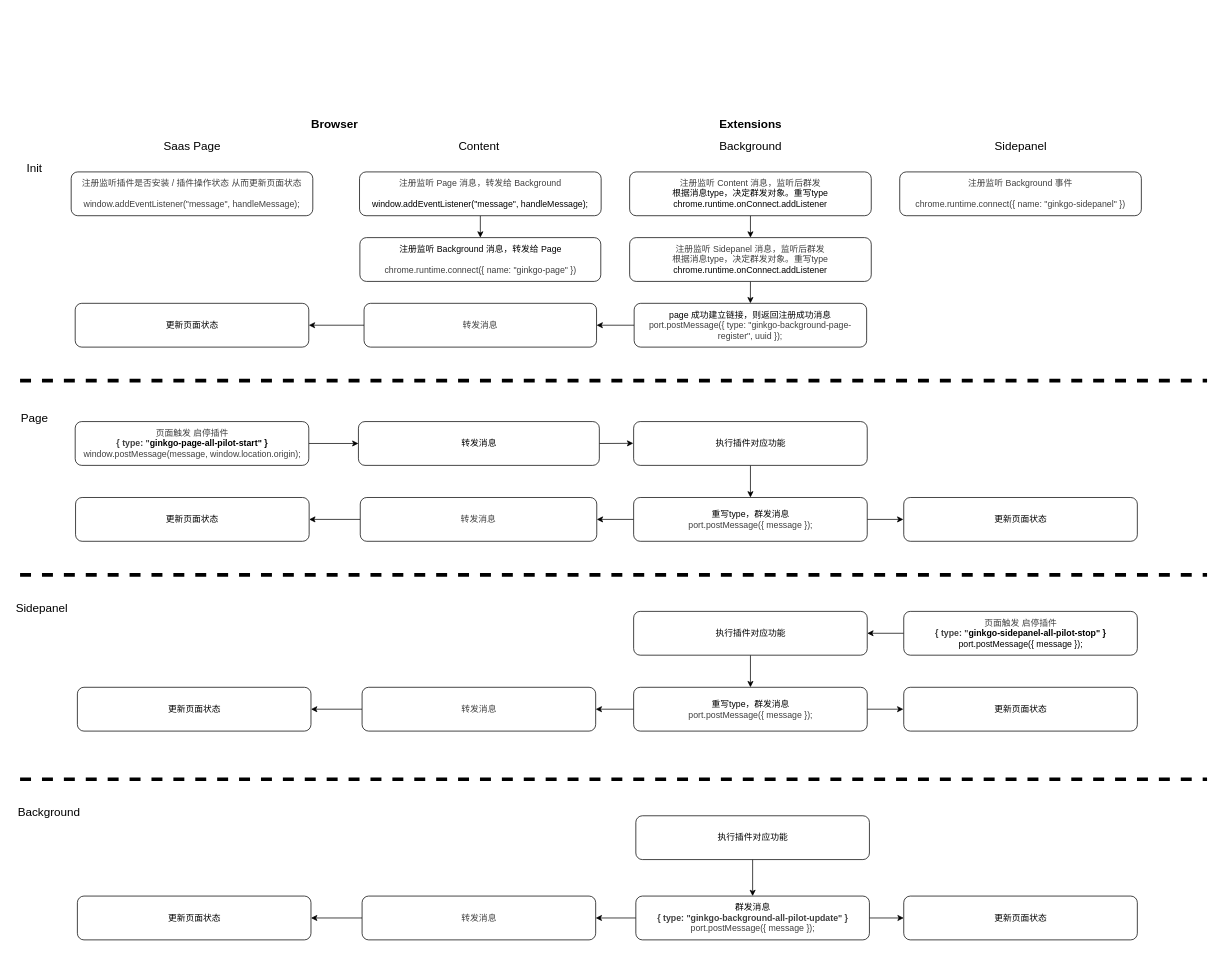
The draw.io diagram resource/communication.drawio in ginkgoo-ai/fe-chrome-extensions, before the edit. Source tidied: cells renumbered, new cells numbered last; positions are measured from the earlier drawing's top-left corner, leaving out a move shared by most shapes. Both pictures are drawn from the tidied source at 73%, with x=0, y=0 at pixel (12, 113).
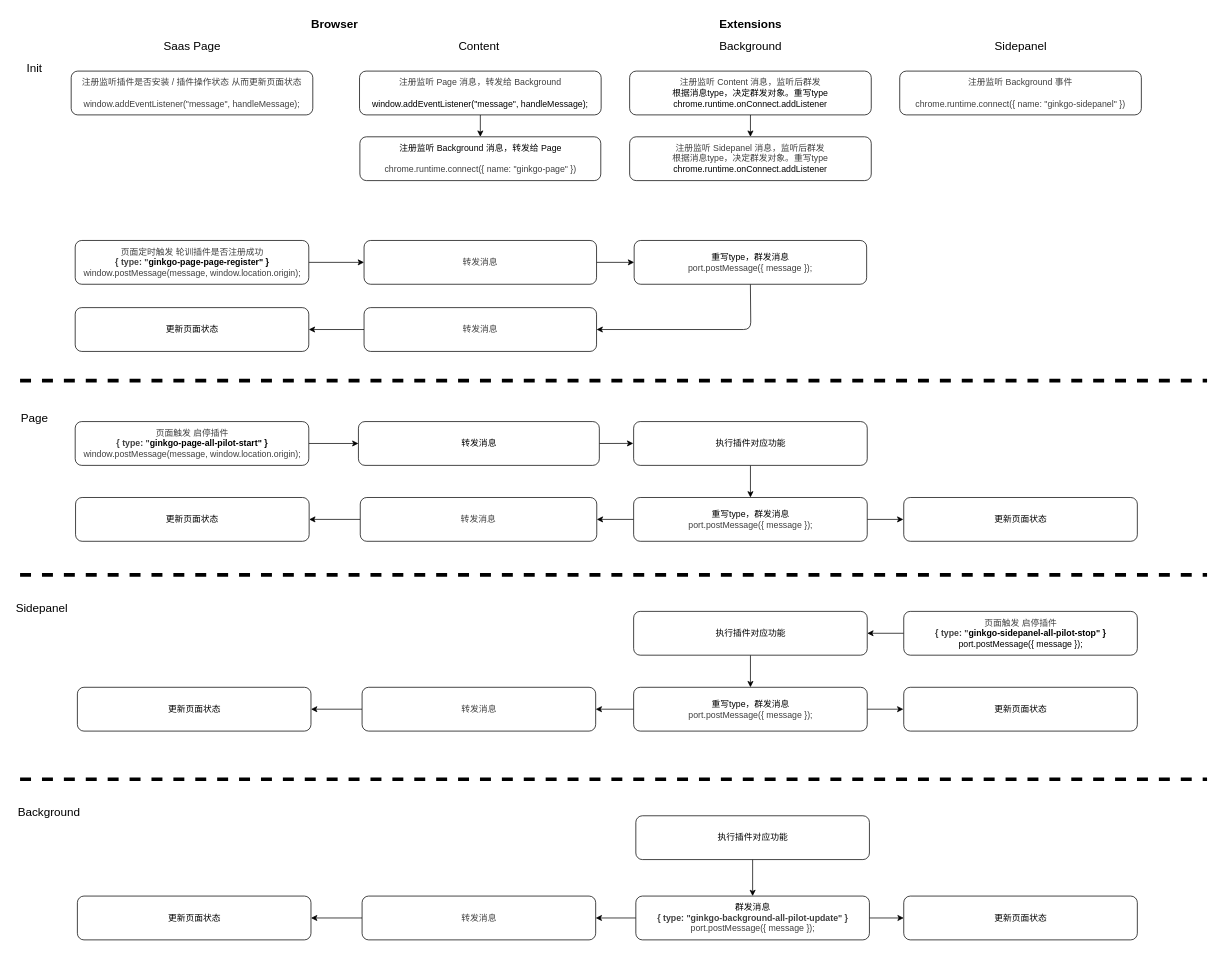
The same diagram, later.

Unchanged cells that the change refers to:
```xml
<mxCell id="21" value="&lt;div&gt;转发消息&lt;/div&gt;" style="rounded=1;whiteSpace=wrap;html=1;" parent="1" vertex="1">
  <mxGeometry x="473.5" y="422" width="330" height="60" as="geometry" />
</mxCell>
```

Change to the diagram source:
```diff
@@
     <mxCell id="2" value="&lt;font style=&quot;font-size: 16px;&quot;&gt;Saas Page&lt;/font&gt;" style="text;html=1;align=center;verticalAlign=middle;whiteSpace=wrap;rounded=0;" parent="1" vertex="1">
-      <mxGeometry x="185.5" y="30" width="120" height="30" as="geometry" />
+      <mxGeometry x="185.5" y="-108.1" width="120" height="30" as="geometry" />
     </mxCell>
     <mxCell id="3" value="&lt;font style=&quot;font-size: 16px;&quot;&gt;Background&lt;/font&gt;" style="text;html=1;align=center;verticalAlign=middle;whiteSpace=wrap;rounded=0;" parent="1" vertex="1">
-      <mxGeometry x="955.5" y="30" width="110" height="30" as="geometry" />
+      <mxGeometry x="955.5" y="-108.1" width="110" height="30" as="geometry" />
     </mxCell>
     <mxCell id="4" value="&lt;font style=&quot;font-size: 16px;&quot;&gt;Content&lt;/font&gt;" style="text;html=1;align=center;verticalAlign=middle;whiteSpace=wrap;rounded=0;" parent="1" vertex="1">
-      <mxGeometry x="583.5" y="30" width="110" height="30" as="geometry" />
+      <mxGeometry x="583.5" y="-108.1" width="110" height="30" as="geometry" />
     </mxCell>
@@
     <mxCell id="6" value="&lt;div&gt;&lt;span style=&quot;color: rgb(63, 63, 63);&quot;&gt;&lt;font&gt;注册监听 Page 消息，转发给 Background&lt;/font&gt;&lt;/span&gt;&lt;/div&gt;&lt;div&gt;&lt;span style=&quot;color: rgb(63, 63, 63);&quot;&gt;&lt;font&gt;&lt;br&gt;&lt;/font&gt;&lt;/span&gt;&lt;/div&gt;&lt;div&gt;&lt;span style=&quot;background-color: transparent;&quot;&gt;window.addEventListener(&quot;message&quot;, handleMessage);&lt;/span&gt;&lt;/div&gt;" style="rounded=1;whiteSpace=wrap;html=1;" parent="1" vertex="1">
-      <mxGeometry x="475" y="80" width="331" height="60" as="geometry" />
+      <mxGeometry x="475" y="-58.1" width="331" height="60" as="geometry" />
     </mxCell>
@@
     <mxCell id="9" value="&lt;div&gt;&lt;span style=&quot;color: rgb(63, 63, 63);&quot;&gt;&lt;font&gt;注册监听插件是否安装 / 插件操作状态 从而更新页面状态&lt;/font&gt;&lt;/span&gt;&lt;/div&gt;&lt;div&gt;&lt;br&gt;&lt;/div&gt;&lt;span style=&quot;color: rgb(63, 63, 63);&quot;&gt;&lt;font&gt;window.addEventListener(&quot;message&quot;, handleMessage);&lt;/font&gt;&lt;/span&gt;" style="rounded=1;whiteSpace=wrap;html=1;" parent="1" vertex="1">
-      <mxGeometry x="80" y="80" width="331" height="60" as="geometry" />
+      <mxGeometry x="80" y="-58.1" width="331" height="60" as="geometry" />
     </mxCell>
     <mxCell id="10" value="&lt;div&gt;注册监听 Background 消息，&lt;span style=&quot;background-color: transparent;&quot;&gt;转发给 Page&lt;/span&gt;&lt;/div&gt;&lt;div&gt;&lt;span style=&quot;background-color: transparent;&quot;&gt;&lt;br&gt;&lt;/span&gt;&lt;/div&gt;&lt;span style=&quot;color: rgb(63, 63, 63);&quot;&gt;&lt;font&gt;chrome.runtime.connect({ name: &quot;ginkgo-page&quot; })&lt;/font&gt;&lt;/span&gt;" style="rounded=1;whiteSpace=wrap;html=1;" parent="1" vertex="1">
-      <mxGeometry x="475.5" y="170" width="330" height="60" as="geometry" />
+      <mxGeometry x="475.5" y="31.9" width="330" height="60" as="geometry" />
     </mxCell>
-    <mxCell id="11" style="edgeStyle=none;html=1;exitX=0;exitY=0.5;exitDx=0;exitDy=0;entryX=1;entryY=0.5;entryDx=0;entryDy=0;" parent="1" edge="1" source="12" target="13">
-      <mxGeometry relative="1" as="geometry" />
-    </mxCell>
+    <mxCell id="62" style="edgeStyle=none;html=1;exitX=1;exitY=0.5;exitDx=0;exitDy=0;entryX=0;entryY=0.5;entryDx=0;entryDy=0;" parent="1" edge="1" source="12" target="61">
+      <mxGeometry relative="1" as="geometry" />
+    </mxCell>
     <mxCell id="12" value="&lt;span style=&quot;color: rgb(63, 63, 63);&quot;&gt;转发消息&lt;/span&gt;" style="rounded=1;whiteSpace=wrap;html=1;" parent="1" vertex="1">
-      <mxGeometry x="481.2" y="260" width="318.5" height="60" as="geometry" />
+      <mxGeometry x="481.2" y="173.9" width="318.5" height="60" as="geometry" />
     </mxCell>
+    <mxCell id="63" style="edgeStyle=none;html=1;exitX=1;exitY=0.5;exitDx=0;exitDy=0;entryX=0;entryY=0.5;entryDx=0;entryDy=0;" parent="1" edge="1" source="13" target="12">
+      <mxGeometry relative="1" as="geometry" />
+    </mxCell>
-    <mxCell id="13" value="&lt;div&gt;更新页面状态&lt;/div&gt;" style="rounded=1;whiteSpace=wrap;html=1;" parent="1" vertex="1">
-      <mxGeometry x="85.5" y="260" width="320" height="60" as="geometry" />
+    <mxCell id="13" value="&lt;div&gt;&lt;span style=&quot;color: rgb(63, 63, 63);&quot;&gt;页面定时触发 轮训插件是否注册成功&lt;/span&gt;&lt;/div&gt;&lt;div&gt;&lt;span style=&quot;color: rgb(63, 63, 63);&quot;&gt;&lt;b&gt;{ type: &quot;&lt;/b&gt;&lt;/span&gt;&lt;span style=&quot;background-color: transparent;&quot;&gt;&lt;b&gt;ginkgo-page-page-register&quot; }&lt;/b&gt;&lt;/span&gt;&lt;/div&gt;&lt;span style=&quot;color: rgb(63, 63, 63);&quot;&gt;window.postMessage(message, window.location.origin);&lt;/span&gt;" style="rounded=1;whiteSpace=wrap;html=1;" parent="1" vertex="1">
+      <mxGeometry x="85.5" y="173.9" width="320" height="60" as="geometry" />
     </mxCell>
     <mxCell id="14" value="&lt;font style=&quot;font-size: 16px;&quot;&gt;Extensions&lt;/font&gt;" style="text;html=1;align=center;verticalAlign=middle;whiteSpace=wrap;rounded=0;fontStyle=1;" parent="1" vertex="1">
-      <mxGeometry x="955.5" width="110" height="30" as="geometry" />
+      <mxGeometry x="955.5" y="-138.1" width="110" height="30" as="geometry" />
     </mxCell>
     <mxCell id="15" value="&lt;font style=&quot;font-size: 16px;&quot;&gt;Browser&lt;/font&gt;" style="text;html=1;align=center;verticalAlign=middle;whiteSpace=wrap;rounded=0;fontStyle=1;" parent="1" vertex="1">
-      <mxGeometry x="411" width="60" height="30" as="geometry" />
+      <mxGeometry x="411" y="-138.1" width="60" height="30" as="geometry" />
     </mxCell>
     <mxCell id="16" value="&lt;font style=&quot;font-size: 16px;&quot;&gt;Sidepanel&lt;/font&gt;" style="text;html=1;align=center;verticalAlign=middle;whiteSpace=wrap;rounded=0;" parent="1" vertex="1">
-      <mxGeometry x="1325.5" y="30" width="110" height="30" as="geometry" />
+      <mxGeometry x="1325.5" y="-108.1" width="110" height="30" as="geometry" />
     </mxCell>
@@
     <mxCell id="18" value="&lt;div&gt;&lt;span style=&quot;color: rgb(63, 63, 63);&quot;&gt;&lt;font&gt;注册监听 Content 消息&lt;/font&gt;&lt;/span&gt;&lt;span style=&quot;color: rgb(63, 63, 63); background-color: transparent;&quot;&gt;，监听后群发&lt;/span&gt;&lt;/div&gt;&lt;div&gt;根据消息type，决定群发对象。重写type&lt;/div&gt;&lt;div&gt;chrome.runtime.onConnect.addListener&lt;/div&gt;" style="rounded=1;whiteSpace=wrap;html=1;" parent="1" vertex="1">
-      <mxGeometry x="845" y="80" width="331" height="60" as="geometry" />
+      <mxGeometry x="845" y="-58.1" width="331" height="60" as="geometry" />
     </mxCell>
@@
     <mxCell id="20" style="edgeStyle=none;html=1;exitX=1;exitY=0.5;exitDx=0;exitDy=0;" parent="1" edge="1" source="21">
       <mxGeometry relative="1" as="geometry">
-        <mxPoint x="850" y="451.8" as="targetPoint" />
+        <mxPoint x="850" y="451.9" as="targetPoint" />
       </mxGeometry>
     </mxCell>
@@
     <mxCell id="33" value="&lt;div&gt;&lt;span style=&quot;color: rgb(63, 63, 63);&quot;&gt;&lt;font&gt;注册监听 Background 事件&lt;/font&gt;&lt;/span&gt;&lt;/div&gt;&lt;div&gt;&lt;br&gt;&lt;/div&gt;&lt;div&gt;&lt;span style=&quot;color: rgb(63, 63, 63);&quot;&gt;chrome.runtime.connect({ name: &quot;ginkgo-sidepanel&quot; })&lt;/span&gt;&lt;/div&gt;" style="rounded=1;whiteSpace=wrap;html=1;" parent="1" vertex="1">
-      <mxGeometry x="1215" y="80" width="331" height="60" as="geometry" />
+      <mxGeometry x="1215" y="-58.1" width="331" height="60" as="geometry" />
     </mxCell>
@@
-    <mxCell id="54" style="edgeStyle=none;html=1;exitX=0.5;exitY=1;exitDx=0;exitDy=0;entryX=0.5;entryY=0;entryDx=0;entryDy=0;" parent="1" edge="1" source="55" target="61">
-      <mxGeometry relative="1" as="geometry" />
-    </mxCell>
     <mxCell id="55" value="&lt;div&gt;&lt;span style=&quot;color: rgb(63, 63, 63);&quot;&gt;&lt;font&gt;注册监听 Sidepanel 消息&lt;/font&gt;&lt;/span&gt;&lt;span style=&quot;color: rgb(63, 63, 63); background-color: transparent;&quot;&gt;，监听后群发&lt;/span&gt;&lt;/div&gt;&lt;div&gt;&lt;span style=&quot;color: rgb(63, 63, 63);&quot;&gt;根据消息type，决定群发对象&lt;/span&gt;&lt;span style=&quot;color: rgb(63, 63, 63); background-color: transparent;&quot;&gt;。重写type&lt;/span&gt;&lt;/div&gt;&lt;div&gt;chrome.runtime.onConnect.addListener&lt;/div&gt;" style="rounded=1;whiteSpace=wrap;html=1;" parent="1" vertex="1">
-      <mxGeometry x="845" y="170" width="331" height="60" as="geometry" />
+      <mxGeometry x="845" y="31.9" width="331" height="60" as="geometry" />
     </mxCell>
     <mxCell id="56" value="Init" style="text;html=1;align=center;verticalAlign=middle;whiteSpace=wrap;rounded=0;fontSize=16;" parent="1" vertex="1">
-      <mxGeometry y="60" width="60" height="30" as="geometry" />
+      <mxGeometry y="-78.1" width="60" height="30" as="geometry" />
     </mxCell>
@@
-    <mxCell id="60" style="edgeStyle=none;html=1;exitX=0;exitY=0.5;exitDx=0;exitDy=0;entryX=1;entryY=0.5;entryDx=0;entryDy=0;" parent="1" edge="1" source="61" target="12">
-      <mxGeometry relative="1" as="geometry" />
-    </mxCell>
+    <mxCell id="64" style="edgeStyle=none;html=1;exitX=0.5;exitY=1;exitDx=0;exitDy=0;entryX=1;entryY=0.5;entryDx=0;entryDy=0;" parent="1" edge="1" source="61" target="65">
+      <mxGeometry relative="1" as="geometry">
+        <Array as="points">
+          <mxPoint x="1011" y="295.9" />
+        </Array>
+      </mxGeometry>
+    </mxCell>
-    <mxCell id="61" value="&lt;div&gt;page 成功建立链接，则返回注册成功消息&lt;/div&gt;&lt;span style=&quot;color: rgb(63, 63, 63);&quot;&gt;&lt;font&gt;port.postMessage({ type: &quot;ginkgo-background-page-register&quot;, uuid });&lt;/font&gt;&lt;/span&gt;" style="rounded=1;whiteSpace=wrap;html=1;" parent="1" vertex="1">
-      <mxGeometry x="851.2" y="260" width="318.5" height="60" as="geometry" />
+    <mxCell id="61" value="&lt;div&gt;重写type，群发消息&lt;/div&gt;&lt;span style=&quot;color: rgb(63, 63, 63);&quot;&gt;port.postMessage({ message });&lt;/span&gt;" style="rounded=1;whiteSpace=wrap;html=1;" parent="1" vertex="1">
+      <mxGeometry x="851.2" y="173.9" width="318.5" height="60" as="geometry" />
     </mxCell>
+    <mxCell id="54" style="edgeStyle=none;html=1;exitX=0;exitY=0.5;exitDx=0;exitDy=0;entryX=1;entryY=0.5;entryDx=0;entryDy=0;" parent="1" edge="1" source="65" target="66">
+      <mxGeometry relative="1" as="geometry" />
+    </mxCell>
+    <mxCell id="65" value="&lt;span style=&quot;color: rgb(63, 63, 63);&quot;&gt;转发消息&lt;/span&gt;" style="rounded=1;whiteSpace=wrap;html=1;" parent="1" vertex="1">
+      <mxGeometry x="481.2" y="265.9" width="318.5" height="60" as="geometry" />
+    </mxCell>
+    <mxCell id="66" value="&lt;div&gt;更新页面状态&lt;/div&gt;" style="rounded=1;whiteSpace=wrap;html=1;" parent="1" vertex="1">
+      <mxGeometry x="85.5" y="265.9" width="320" height="60" as="geometry" />
+    </mxCell>
```
